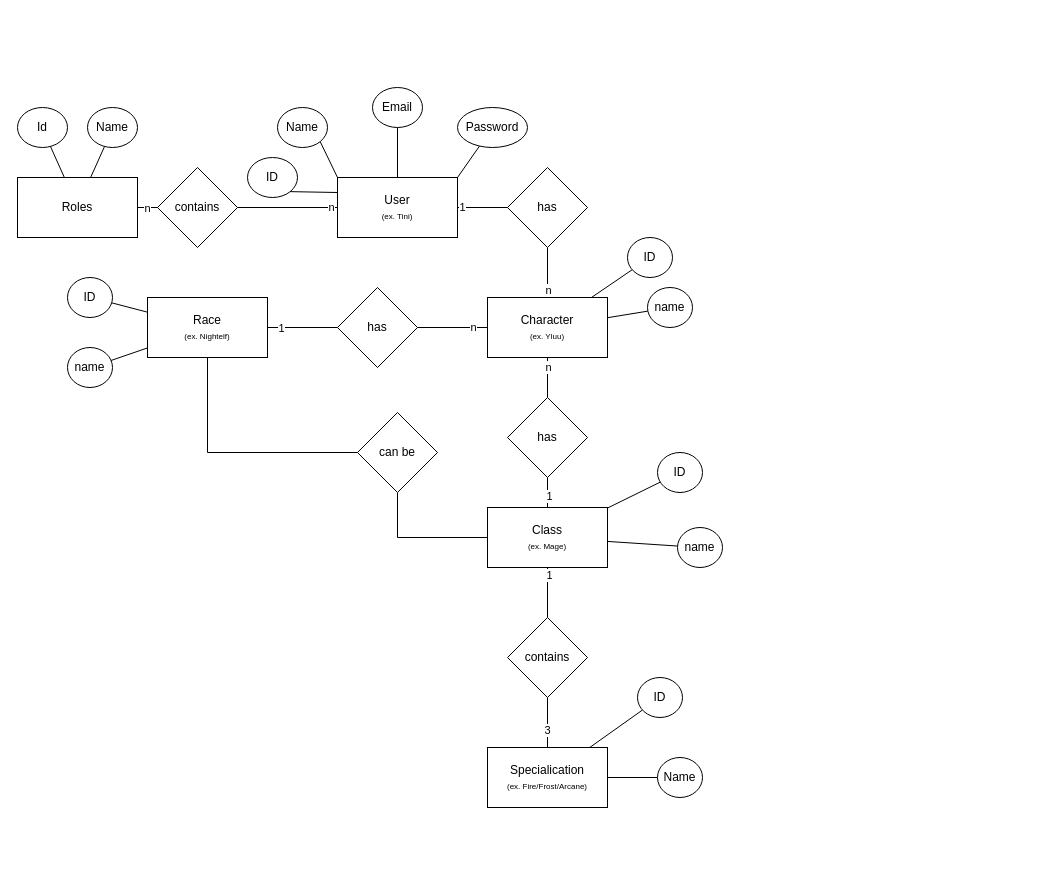
Facemirrored/app-schattenzorn keeps this draw.io diagram as diagrams/app-schattenzorn-erm.drawio. Above is the earlier version. Source tidied: cells renumbered, new cells numbered last; positions are measured from the earlier drawing's top-left corner, leaving out a move shared by most shapes. Both pictures are drawn from the tidied source at 100%, with x=0, y=0 at pixel (17, 87).
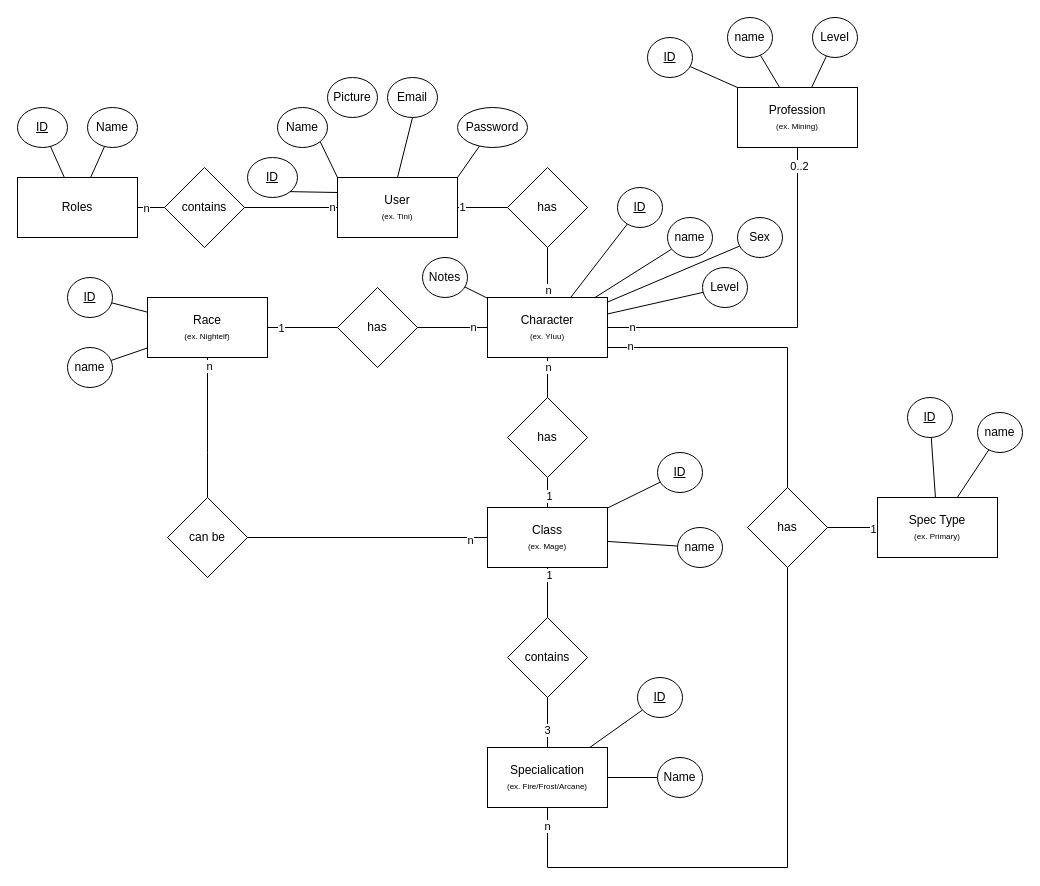
The same diagram, later.

Unchanged cells that the change refers to:
```xml
<mxCell id="6" value="Character&lt;br&gt;&lt;font style=&quot;font-size: 8px&quot;&gt;(ex. Yluu)&lt;/font&gt;" style="rounded=0;whiteSpace=wrap;html=1;" parent="1" vertex="1">
  <mxGeometry x="470" y="210" width="120" height="60" as="geometry" />
</mxCell>
<mxCell id="40" value="Class&lt;br&gt;&lt;font style=&quot;font-size: 8px&quot;&gt;(ex. Mage)&lt;/font&gt;" style="rounded=0;whiteSpace=wrap;html=1;" parent="1" vertex="1">
  <mxGeometry x="470" y="420" width="120" height="60" as="geometry" />
</mxCell>
<mxCell id="48" value="Specialication&lt;br&gt;&lt;font style=&quot;font-size: 8px&quot;&gt;(ex. Fire/Frost/Arcane)&lt;/font&gt;" style="rounded=0;whiteSpace=wrap;html=1;" parent="1" vertex="1">
  <mxGeometry x="470" y="660" width="120" height="60" as="geometry" />
</mxCell>
<mxCell id="54" style="edgeStyle=orthogonalEdgeStyle;rounded=0;jettySize=auto;html=1;startArrow=none;startFill=0;endArrow=none;endFill=0;" parent="1" edge="1" source="55" target="66">
  <mxGeometry relative="1" as="geometry">
    <Array as="points">
      <mxPoint x="190" y="365" />
    </Array>
  </mxGeometry>
</mxCell>
```

Change to the diagram source:
```diff
@@
+    <mxCell id="67" style="edgeStyle=orthogonalEdgeStyle;rounded=0;jettySize=auto;html=1;startArrow=none;startFill=0;endArrow=none;endFill=0;" parent="1" edge="1" source="6" target="78">
+      <mxGeometry relative="1" as="geometry">
+        <Array as="points">
+          <mxPoint x="770" y="260" />
+        </Array>
+      </mxGeometry>
+    </mxCell>
+    <mxCell id="68" value="n" style="edgeLabel;html=1;align=center;verticalAlign=middle;" parent="67" vertex="1">
+      <mxGeometry x="-0.86" y="2" relative="1" as="geometry" />
+    </mxCell>
+    <mxCell id="69" style="edgeStyle=orthogonalEdgeStyle;rounded=0;jettySize=auto;html=1;entryX=0.5;entryY=1;entryDx=0;entryDy=0;startArrow=none;startFill=0;endArrow=none;endFill=0;" parent="1" edge="1" source="6" target="90">
+      <mxGeometry relative="1" as="geometry" />
+    </mxCell>
+    <mxCell id="70" value="0..2" style="edgeLabel;html=1;align=center;verticalAlign=middle;" parent="69" vertex="1">
+      <mxGeometry x="0.9" y="-1" relative="1" as="geometry" />
+    </mxCell>
+    <mxCell id="71" value="n" style="edgeLabel;html=1;align=center;verticalAlign=middle;" parent="69" vertex="1">
+      <mxGeometry x="-0.87" y="1" relative="1" as="geometry" />
+    </mxCell>
@@
-    <mxCell id="7" style="group;" parent="1" vertex="1">
-      <mxGeometry width="510" height="160" as="geometry" />
-    </mxCell>
-    <mxCell id="8" style="group;" parent="7" vertex="1">
-      <mxGeometry x="230" width="280" height="150" as="geometry" />
-    </mxCell>
-    <mxCell id="9" value="User&lt;br&gt;&lt;font style=&quot;font-size: 8px&quot;&gt;(ex. Tini)&lt;/font&gt;" style="rounded=0;whiteSpace=wrap;html=1;" parent="8" vertex="1">
-      <mxGeometry x="90" y="90" width="120" height="60" as="geometry" />
-    </mxCell>
-    <mxCell id="10" style="edgeStyle=none;rounded=0;jettySize=auto;html=1;exitX=1;exitY=1;exitDx=0;exitDy=0;entryX=0;entryY=0;entryDx=0;entryDy=0;startArrow=none;startFill=0;endArrow=none;endFill=0;" parent="8" edge="1" source="11" target="9">
-      <mxGeometry relative="1" as="geometry" />
-    </mxCell>
-    <mxCell id="11" value="Name" style="ellipse;whiteSpace=wrap;html=1;" parent="8" vertex="1">
-      <mxGeometry x="30" y="20" width="50" height="40" as="geometry" />
-    </mxCell>
-    <mxCell id="12" style="edgeStyle=none;rounded=0;jettySize=auto;html=1;exitX=0.5;exitY=1;exitDx=0;exitDy=0;entryX=0.5;entryY=0;entryDx=0;entryDy=0;startArrow=none;startFill=0;endArrow=none;endFill=0;" parent="8" edge="1" source="13" target="9">
-      <mxGeometry relative="1" as="geometry" />
-    </mxCell>
-    <mxCell id="13" value="Email" style="ellipse;whiteSpace=wrap;html=1;" parent="8" vertex="1">
-      <mxGeometry x="125" width="50" height="40" as="geometry" />
-    </mxCell>
-    <mxCell id="14" value="Password" style="ellipse;whiteSpace=wrap;html=1;" parent="8" vertex="1">
-      <mxGeometry x="210" y="20" width="70" height="40" as="geometry" />
-    </mxCell>
-    <mxCell id="15" style="rounded=0;jettySize=auto;html=1;exitX=1;exitY=0;exitDx=0;exitDy=0;startArrow=none;startFill=0;endArrow=none;endFill=0;" parent="8" edge="1" source="9" target="14">
-      <mxGeometry relative="1" as="geometry" />
-    </mxCell>
-    <mxCell id="16" value="ID" style="ellipse;whiteSpace=wrap;html=1;" parent="8" vertex="1">
-      <mxGeometry y="70" width="50" height="40" as="geometry" />
-    </mxCell>
-    <mxCell id="17" style="edgeStyle=none;rounded=0;jettySize=auto;html=1;exitX=0;exitY=0.25;exitDx=0;exitDy=0;entryX=1;entryY=1;entryDx=0;entryDy=0;startArrow=none;startFill=0;endArrow=none;endFill=0;" parent="8" edge="1" source="9" target="16">
-      <mxGeometry relative="1" as="geometry" />
-    </mxCell>
-    <mxCell id="18" style="group;" parent="7" vertex="1">
-      <mxGeometry y="20" width="120" height="130" as="geometry" />
-    </mxCell>
-    <mxCell id="19" value="Roles" style="rounded=0;whiteSpace=wrap;html=1;" parent="18" vertex="1">
-      <mxGeometry y="70" width="120" height="60" as="geometry" />
-    </mxCell>
-    <mxCell id="20" style="edgeStyle=none;rounded=0;jettySize=auto;html=1;startArrow=none;startFill=0;endArrow=none;endFill=0;" parent="18" edge="1" source="21" target="19">
-      <mxGeometry relative="1" as="geometry" />
-    </mxCell>
-    <mxCell id="21" value="Id" style="ellipse;whiteSpace=wrap;html=1;" parent="18" vertex="1">
-      <mxGeometry width="50" height="40" as="geometry" />
-    </mxCell>
-    <mxCell id="22" style="edgeStyle=none;rounded=0;jettySize=auto;html=1;startArrow=none;startFill=0;endArrow=none;endFill=0;" parent="18" edge="1" source="23" target="19">
-      <mxGeometry relative="1" as="geometry" />
-    </mxCell>
-    <mxCell id="23" value="Name" style="ellipse;whiteSpace=wrap;html=1;" parent="18" vertex="1">
-      <mxGeometry x="70" width="50" height="40" as="geometry" />
-    </mxCell>
-    <mxCell id="24" style="edgeStyle=orthogonalEdgeStyle;rounded=0;jettySize=auto;html=1;startArrow=none;startFill=0;endArrow=none;endFill=0;" parent="7" edge="1" source="26" target="19">
-      <mxGeometry relative="1" as="geometry" />
-    </mxCell>
-    <mxCell id="25" value="n" style="edgeLabel;html=1;align=center;verticalAlign=middle;" parent="24" vertex="1">
-      <mxGeometry x="0.7" relative="1" as="geometry" />
-    </mxCell>
-    <mxCell id="26" value="contains" style="rhombus;whiteSpace=wrap;html=1;" parent="7" vertex="1">
-      <mxGeometry x="140" y="80" width="80" height="80" as="geometry" />
-    </mxCell>
-    <mxCell id="27" style="edgeStyle=orthogonalEdgeStyle;rounded=0;jettySize=auto;html=1;entryX=1;entryY=0.5;entryDx=0;entryDy=0;startArrow=none;startFill=0;endArrow=none;endFill=0;" parent="7" edge="1" source="9" target="26">
-      <mxGeometry relative="1" as="geometry" />
-    </mxCell>
-    <mxCell id="28" value="n" style="edgeLabel;html=1;align=center;verticalAlign=middle;" parent="27" vertex="1">
-      <mxGeometry x="-0.87" y="-1" relative="1" as="geometry" />
-    </mxCell>
@@
-    <mxCell id="34" value="ID" style="ellipse;whiteSpace=wrap;html=1;" parent="1" vertex="1">
-      <mxGeometry x="610" y="150" width="45" height="40" as="geometry" />
+    <mxCell id="34" value="ID" style="ellipse;whiteSpace=wrap;html=1;fontStyle=4;" parent="1" vertex="1">
+      <mxGeometry x="600" y="100" width="45" height="40" as="geometry" />
     </mxCell>
     <mxCell id="35" value="name" style="ellipse;whiteSpace=wrap;html=1;" parent="1" vertex="1">
-      <mxGeometry x="630" y="200" width="45" height="40" as="geometry" />
+      <mxGeometry x="650" y="130" width="45" height="40" as="geometry" />
     </mxCell>
@@
-    <mxCell id="43" value="ID" style="ellipse;whiteSpace=wrap;html=1;" parent="1" vertex="1">
+    <mxCell id="43" value="ID" style="ellipse;whiteSpace=wrap;html=1;fontStyle=4;" parent="1" vertex="1">
       <mxGeometry x="640" y="365" width="45" height="40" as="geometry" />
     </mxCell>
@@
-    <mxCell id="52" value="ID" style="ellipse;whiteSpace=wrap;html=1;" parent="1" vertex="1">
+    <mxCell id="52" value="ID" style="ellipse;whiteSpace=wrap;html=1;fontStyle=4;" parent="1" vertex="1">
       <mxGeometry x="620" y="590" width="45" height="40" as="geometry" />
     </mxCell>
@@
+    <mxCell id="72" value="n" style="edgeLabel;html=1;align=center;verticalAlign=middle;" parent="54" vertex="1">
+      <mxGeometry x="-0.89" y="1" relative="1" as="geometry" />
+    </mxCell>
@@
-    <mxCell id="62" value="ID" style="ellipse;whiteSpace=wrap;html=1;" parent="1" vertex="1">
+    <mxCell id="62" value="ID" style="ellipse;whiteSpace=wrap;html=1;fontStyle=4;" parent="1" vertex="1">
       <mxGeometry x="50" y="190" width="45" height="40" as="geometry" />
     </mxCell>
@@
-    <mxCell id="65" style="edgeStyle=orthogonalEdgeStyle;rounded=0;jettySize=auto;html=1;startArrow=none;startFill=0;endArrow=none;endFill=0;exitX=0.5;exitY=1;exitDx=0;exitDy=0;" parent="1" edge="1" source="66" target="40">
-      <mxGeometry relative="1" as="geometry">
-        <Array as="points">
-          <mxPoint x="380" y="450" />
-        </Array>
-      </mxGeometry>
+    <mxCell id="65" style="edgeStyle=orthogonalEdgeStyle;rounded=0;jettySize=auto;html=1;startArrow=none;startFill=0;endArrow=none;endFill=0;exitX=1;exitY=0.5;exitDx=0;exitDy=0;" parent="1" edge="1" source="66" target="40">
+      <mxGeometry relative="1" as="geometry" />
     </mxCell>
+    <mxCell id="73" value="n" style="edgeLabel;html=1;align=center;verticalAlign=middle;" parent="65" vertex="1">
+      <mxGeometry x="0.85" y="-2" relative="1" as="geometry" />
+    </mxCell>
     <mxCell id="66" value="can be" style="rhombus;whiteSpace=wrap;html=1;" parent="1" vertex="1">
-      <mxGeometry x="340" y="325" width="80" height="80" as="geometry" />
+      <mxGeometry x="150" y="410" width="80" height="80" as="geometry" />
     </mxCell>
+    <mxCell id="24" style="edgeStyle=orthogonalEdgeStyle;rounded=0;jettySize=auto;html=1;startArrow=none;startFill=0;endArrow=none;endFill=0;" parent="1" edge="1" source="26" target="19">
+      <mxGeometry x="70" y="140" as="geometry" />
+    </mxCell>
+    <mxCell id="25" value="n" style="edgeLabel;html=1;align=center;verticalAlign=middle;" parent="24" vertex="1">
+      <mxGeometry x="0.7" relative="1" as="geometry" />
+    </mxCell>
+    <mxCell id="26" value="contains" style="rhombus;whiteSpace=wrap;html=1;" parent="1" vertex="1">
+      <mxGeometry x="147" y="80" width="80" height="80" as="geometry" />
+    </mxCell>
+    <mxCell id="27" style="edgeStyle=orthogonalEdgeStyle;rounded=0;jettySize=auto;html=1;entryX=1;entryY=0.5;entryDx=0;entryDy=0;startArrow=none;startFill=0;endArrow=none;endFill=0;" parent="1" edge="1" source="9" target="26">
+      <mxGeometry x="70" y="140" as="geometry" />
+    </mxCell>
+    <mxCell id="28" value="n" style="edgeLabel;html=1;align=center;verticalAlign=middle;" parent="27" vertex="1">
+      <mxGeometry x="-0.87" y="-1" relative="1" as="geometry" />
+    </mxCell>
+    <mxCell id="19" value="Roles" style="rounded=0;whiteSpace=wrap;html=1;" parent="1" vertex="1">
+      <mxGeometry y="90" width="120" height="60" as="geometry" />
+    </mxCell>
+    <mxCell id="20" style="edgeStyle=none;rounded=0;jettySize=auto;html=1;startArrow=none;startFill=0;endArrow=none;endFill=0;" parent="1" edge="1" source="21" target="19">
+      <mxGeometry x="70" y="160" as="geometry" />
+    </mxCell>
+    <mxCell id="21" value="ID" style="ellipse;whiteSpace=wrap;html=1;fontStyle=4;" parent="1" vertex="1">
+      <mxGeometry y="20" width="50" height="40" as="geometry" />
+    </mxCell>
+    <mxCell id="22" style="edgeStyle=none;rounded=0;jettySize=auto;html=1;startArrow=none;startFill=0;endArrow=none;endFill=0;" parent="1" edge="1" source="23" target="19">
+      <mxGeometry x="70" y="160" as="geometry" />
+    </mxCell>
+    <mxCell id="23" value="Name" style="ellipse;whiteSpace=wrap;html=1;" parent="1" vertex="1">
+      <mxGeometry x="70" y="20" width="50" height="40" as="geometry" />
+    </mxCell>
+    <mxCell id="9" value="User&lt;br&gt;&lt;font style=&quot;font-size: 8px&quot;&gt;(ex. Tini)&lt;/font&gt;" style="rounded=0;whiteSpace=wrap;html=1;" parent="1" vertex="1">
+      <mxGeometry x="320" y="90" width="120" height="60" as="geometry" />
+    </mxCell>
+    <mxCell id="10" style="edgeStyle=none;rounded=0;jettySize=auto;html=1;exitX=1;exitY=1;exitDx=0;exitDy=0;entryX=0;entryY=0;entryDx=0;entryDy=0;startArrow=none;startFill=0;endArrow=none;endFill=0;" parent="1" edge="1" source="11" target="9">
+      <mxGeometry x="300" y="140" as="geometry" />
+    </mxCell>
+    <mxCell id="11" value="Name" style="ellipse;whiteSpace=wrap;html=1;" parent="1" vertex="1">
+      <mxGeometry x="260" y="20" width="50" height="40" as="geometry" />
+    </mxCell>
+    <mxCell id="12" style="edgeStyle=none;rounded=0;jettySize=auto;html=1;exitX=0.5;exitY=1;exitDx=0;exitDy=0;entryX=0.5;entryY=0;entryDx=0;entryDy=0;startArrow=none;startFill=0;endArrow=none;endFill=0;" parent="1" edge="1" source="13" target="9">
+      <mxGeometry x="300" y="140" as="geometry" />
+    </mxCell>
+    <mxCell id="13" value="Email" style="ellipse;whiteSpace=wrap;html=1;" parent="1" vertex="1">
+      <mxGeometry x="370" y="-10" width="50" height="40" as="geometry" />
+    </mxCell>
+    <mxCell id="14" value="Password" style="ellipse;whiteSpace=wrap;html=1;" parent="1" vertex="1">
+      <mxGeometry x="440" y="20" width="70" height="40" as="geometry" />
+    </mxCell>
+    <mxCell id="15" style="rounded=0;jettySize=auto;html=1;exitX=1;exitY=0;exitDx=0;exitDy=0;startArrow=none;startFill=0;endArrow=none;endFill=0;" parent="1" edge="1" source="9" target="14">
+      <mxGeometry x="300" y="140" as="geometry" />
+    </mxCell>
+    <mxCell id="16" value="ID" style="ellipse;whiteSpace=wrap;html=1;fontStyle=4;" parent="1" vertex="1">
+      <mxGeometry x="230" y="70" width="50" height="40" as="geometry" />
+    </mxCell>
+    <mxCell id="17" style="edgeStyle=none;rounded=0;jettySize=auto;html=1;exitX=0;exitY=0.25;exitDx=0;exitDy=0;entryX=1;entryY=1;entryDx=0;entryDy=0;startArrow=none;startFill=0;endArrow=none;endFill=0;" parent="1" edge="1" source="9" target="16">
+      <mxGeometry x="300" y="140" as="geometry" />
+    </mxCell>
+    <mxCell id="74" style="edgeStyle=orthogonalEdgeStyle;rounded=0;jettySize=auto;html=1;startArrow=none;startFill=0;endArrow=none;endFill=0;" parent="1" edge="1" source="78" target="48">
+      <mxGeometry relative="1" as="geometry">
+        <Array as="points">
+          <mxPoint x="770" y="780" />
+          <mxPoint x="530" y="780" />
+        </Array>
+      </mxGeometry>
+    </mxCell>
+    <mxCell id="75" value="n" style="edgeLabel;html=1;align=center;verticalAlign=middle;" parent="74" vertex="1">
+      <mxGeometry x="0.94" y="1" relative="1" as="geometry" />
+    </mxCell>
+    <mxCell id="76" style="edgeStyle=orthogonalEdgeStyle;rounded=0;jettySize=auto;html=1;startArrow=none;startFill=0;endArrow=none;endFill=0;" parent="1" edge="1" source="78" target="79">
+      <mxGeometry relative="1" as="geometry" />
+    </mxCell>
+    <mxCell id="77" value="1" style="edgeLabel;html=1;align=center;verticalAlign=middle;" parent="76" vertex="1">
+      <mxGeometry x="0.81" y="-1" relative="1" as="geometry" />
+    </mxCell>
+    <mxCell id="78" value="has" style="rhombus;whiteSpace=wrap;html=1;" parent="1" vertex="1">
+      <mxGeometry x="730" y="400" width="80" height="80" as="geometry" />
+    </mxCell>
+    <mxCell id="79" value="Spec Type&lt;br&gt;&lt;font style=&quot;font-size: 8px&quot;&gt;(ex. Primary)&lt;/font&gt;" style="rounded=0;whiteSpace=wrap;html=1;" parent="1" vertex="1">
+      <mxGeometry x="860" y="410" width="120" height="60" as="geometry" />
+    </mxCell>
+    <mxCell id="80" style="edgeStyle=none;rounded=0;jettySize=auto;html=1;startArrow=none;startFill=0;endArrow=none;endFill=0;" parent="1" edge="1" source="81" target="79">
+      <mxGeometry relative="1" as="geometry" />
+    </mxCell>
+    <mxCell id="81" value="ID" style="ellipse;whiteSpace=wrap;html=1;fontStyle=4;" parent="1" vertex="1">
+      <mxGeometry x="890" y="310" width="45" height="40" as="geometry" />
+    </mxCell>
+    <mxCell id="82" style="edgeStyle=none;rounded=0;jettySize=auto;html=1;startArrow=none;startFill=0;endArrow=none;endFill=0;" parent="1" edge="1" source="83" target="79">
+      <mxGeometry relative="1" as="geometry" />
+    </mxCell>
+    <mxCell id="83" value="name" style="ellipse;whiteSpace=wrap;html=1;fontStyle=0;" parent="1" vertex="1">
+      <mxGeometry x="960" y="325" width="45" height="40" as="geometry" />
+    </mxCell>
+    <mxCell id="84" style="rounded=0;jettySize=auto;html=1;startArrow=none;startFill=0;endArrow=none;endFill=0;" parent="1" edge="1" source="85" target="6">
+      <mxGeometry relative="1" as="geometry" />
+    </mxCell>
+    <mxCell id="85" value="Sex" style="ellipse;whiteSpace=wrap;html=1;" parent="1" vertex="1">
+      <mxGeometry x="720" y="130" width="45" height="40" as="geometry" />
+    </mxCell>
+    <mxCell id="86" style="edgeStyle=none;rounded=0;jettySize=auto;html=1;startArrow=none;startFill=0;endArrow=none;endFill=0;" parent="1" edge="1" source="87" target="6">
+      <mxGeometry relative="1" as="geometry" />
+    </mxCell>
+    <mxCell id="87" value="Level" style="ellipse;whiteSpace=wrap;html=1;" parent="1" vertex="1">
+      <mxGeometry x="685" y="180" width="45" height="40" as="geometry" />
+    </mxCell>
+    <mxCell id="88" style="edgeStyle=none;rounded=0;jettySize=auto;html=1;exitX=0;exitY=0;exitDx=0;exitDy=0;startArrow=none;startFill=0;endArrow=none;endFill=0;" parent="1" edge="1" source="90" target="91">
+      <mxGeometry relative="1" as="geometry" />
+    </mxCell>
+    <mxCell id="89" style="edgeStyle=none;rounded=0;jettySize=auto;html=1;startArrow=none;startFill=0;endArrow=none;endFill=0;" parent="1" edge="1" source="90" target="92">
+      <mxGeometry relative="1" as="geometry" />
+    </mxCell>
+    <mxCell id="90" value="Profession&lt;br&gt;&lt;font style=&quot;font-size: 8px&quot;&gt;(ex. Mining)&lt;/font&gt;" style="rounded=0;whiteSpace=wrap;html=1;" parent="1" vertex="1">
+      <mxGeometry x="720" width="120" height="60" as="geometry" />
+    </mxCell>
+    <mxCell id="91" value="ID" style="ellipse;whiteSpace=wrap;html=1;fontStyle=4;" parent="1" vertex="1">
+      <mxGeometry x="630" y="-50" width="45" height="40" as="geometry" />
+    </mxCell>
+    <mxCell id="92" value="name" style="ellipse;whiteSpace=wrap;html=1;" parent="1" vertex="1">
+      <mxGeometry x="710" y="-70" width="45" height="40" as="geometry" />
+    </mxCell>
+    <mxCell id="93" style="rounded=0;jettySize=auto;html=1;startArrow=none;startFill=0;endArrow=none;endFill=0;" parent="1" edge="1" source="94" target="90">
+      <mxGeometry relative="1" as="geometry" />
+    </mxCell>
+    <mxCell id="94" value="Level" style="ellipse;whiteSpace=wrap;html=1;" parent="1" vertex="1">
+      <mxGeometry x="795" y="-70" width="45" height="40" as="geometry" />
+    </mxCell>
+    <mxCell id="95" style="edgeStyle=none;rounded=0;jettySize=auto;html=1;startArrow=none;startFill=0;endArrow=none;endFill=0;" parent="1" edge="1" source="96" target="6">
+      <mxGeometry relative="1" as="geometry" />
+    </mxCell>
+    <mxCell id="96" value="Notes" style="ellipse;whiteSpace=wrap;html=1;" parent="1" vertex="1">
+      <mxGeometry x="405" y="170" width="45" height="40" as="geometry" />
+    </mxCell>
+    <mxCell id="97" value="Picture" style="ellipse;whiteSpace=wrap;html=1;" parent="1" vertex="1">
+      <mxGeometry x="310" y="-10" width="50" height="40" as="geometry" />
+    </mxCell>
```
